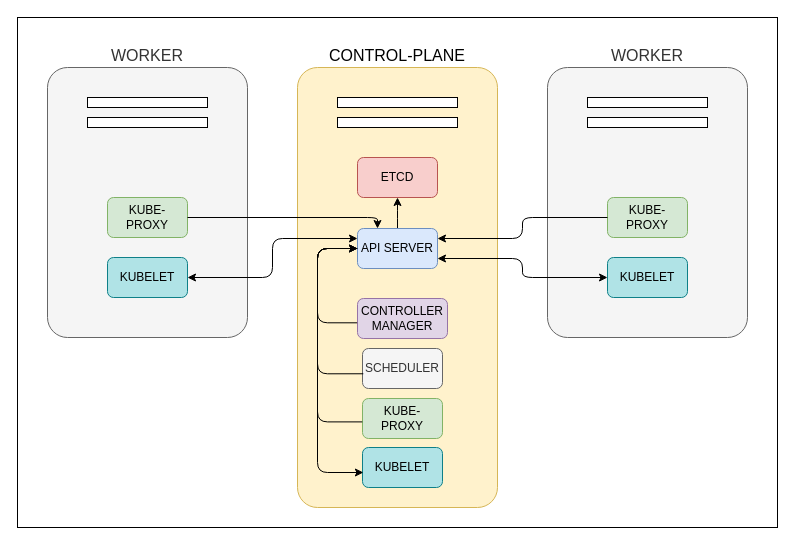
mmmarceleza/cks keeps this draw.io diagram as page "cluster components" (1 of 2) of contents/04/components.drawio. Above is the earlier version. Source tidied: cells renumbered, new cells numbered last; positions are measured from the earlier drawing's top-left corner, leaving out a move shared by most shapes. Both pictures are drawn from the tidied source at 100%, with x=0, y=0 at pixel (17, 17).
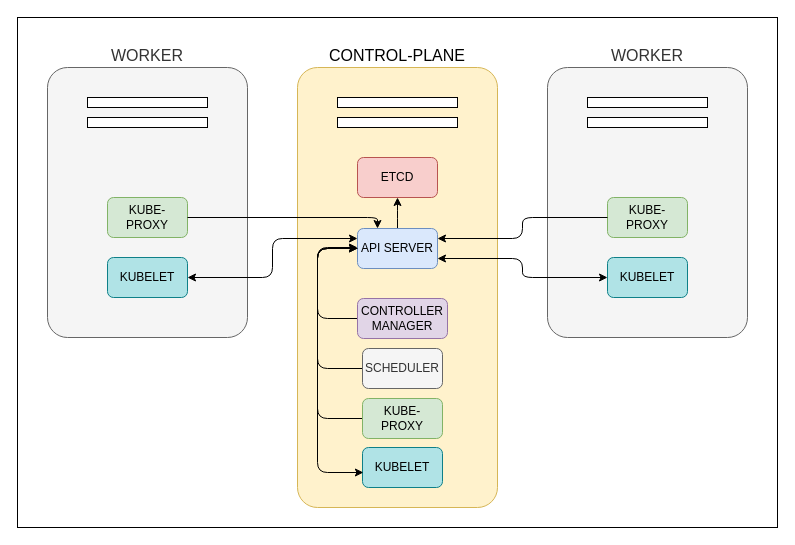
Above is the later version.

The change refers to these unchanged cells:
```xml
<mxCell id="5" value="&lt;font face=&quot;Virgil&quot;&gt;API SERVER&lt;/font&gt;" style="rounded=1;whiteSpace=wrap;html=1;fillColor=#dae8fc;strokeColor=#6c8ebf;" parent="1" vertex="1">
  <mxGeometry x="340" y="211" width="80" height="40" as="geometry" />
</mxCell>
<mxCell id="7" value="&lt;font face=&quot;Virgil&quot;&gt;SCHEDULER&lt;/font&gt;" style="rounded=1;whiteSpace=wrap;html=1;fillColor=#f5f5f5;fontColor=#333333;strokeColor=#666666;" parent="1" vertex="1">
  <mxGeometry x="345" y="331" width="80" height="40" as="geometry" />
</mxCell>
<mxCell id="8" value="&lt;font face=&quot;Virgil&quot;&gt;KUBE-PROXY&lt;/font&gt;" style="rounded=1;whiteSpace=wrap;html=1;fillColor=#d5e8d4;strokeColor=#82b366;" parent="1" vertex="1">
  <mxGeometry x="345" y="381" width="80" height="40" as="geometry" />
</mxCell>
<mxCell id="9" value="&lt;font face=&quot;Virgil&quot;&gt;CONTROLLER&lt;br&gt;MANAGER&lt;br&gt;&lt;/font&gt;" style="rounded=1;whiteSpace=wrap;html=1;fillColor=#e1d5e7;strokeColor=#9673a6;" parent="1" vertex="1">
  <mxGeometry x="340" y="281" width="90" height="40" as="geometry" />
</mxCell>
```

Change to the diagram source:
```diff
@@
+    <mxCell id="31" style="edgeStyle=orthogonalEdgeStyle;rounded=1;jettySize=auto;html=1;entryX=0;entryY=0.5;entryDx=0;entryDy=0;flowAnimation=1;" parent="1" edge="1" source="7" target="5">
+      <mxGeometry relative="1" as="geometry">
+        <Array as="points">
+          <mxPoint x="300" y="351" />
+          <mxPoint x="300" y="231" />
+        </Array>
+      </mxGeometry>
+    </mxCell>
@@
+    <mxCell id="32" style="edgeStyle=orthogonalEdgeStyle;rounded=1;jettySize=auto;html=1;entryX=0;entryY=0.5;entryDx=0;entryDy=0;flowAnimation=1;" parent="1" edge="1" source="8" target="5">
+      <mxGeometry relative="1" as="geometry">
+        <Array as="points">
+          <mxPoint x="300" y="401" />
+          <mxPoint x="300" y="231" />
+        </Array>
+      </mxGeometry>
+    </mxCell>
@@
+    <mxCell id="33" style="edgeStyle=orthogonalEdgeStyle;rounded=1;jettySize=auto;html=1;flowAnimation=1;" parent="1" edge="1" source="9">
+      <mxGeometry relative="1" as="geometry">
+        <mxPoint x="340" y="230" as="targetPoint" />
+        <Array as="points">
+          <mxPoint x="300" y="301" />
+          <mxPoint x="300" y="230" />
+        </Array>
+      </mxGeometry>
+    </mxCell>
@@
-    <mxCell id="11" style="edgeStyle=orthogonalEdgeStyle;rounded=1;jettySize=auto;html=1;entryX=-0.004;entryY=0.608;entryDx=0;entryDy=0;entryPerimeter=0;flowAnimation=1;startArrow=classic;startFill=1;endArrow=none;endFill=0;" parent="1" edge="1" source="5" target="9">
-      <mxGeometry relative="1" as="geometry">
-        <Array as="points">
-          <mxPoint x="300" y="231" />
-          <mxPoint x="300" y="305" />
-        </Array>
-      </mxGeometry>
-    </mxCell>
-    <mxCell id="12" style="edgeStyle=orthogonalEdgeStyle;rounded=1;jettySize=auto;html=1;entryX=0.01;entryY=0.632;entryDx=0;entryDy=0;entryPerimeter=0;flowAnimation=1;startArrow=classic;startFill=1;endArrow=none;endFill=0;" parent="1" edge="1" source="5" target="7">
-      <mxGeometry relative="1" as="geometry">
-        <Array as="points">
-          <mxPoint x="300" y="231" />
-          <mxPoint x="300" y="356" />
-        </Array>
-      </mxGeometry>
-    </mxCell>
-    <mxCell id="13" style="edgeStyle=orthogonalEdgeStyle;rounded=1;jettySize=auto;html=1;entryX=-0.002;entryY=0.585;entryDx=0;entryDy=0;entryPerimeter=0;flowAnimation=1;startArrow=classic;startFill=1;endArrow=none;endFill=0;" parent="1" edge="1" source="5" target="8">
-      <mxGeometry relative="1" as="geometry">
-        <Array as="points">
-          <mxPoint x="300" y="231" />
-          <mxPoint x="300" y="404" />
-        </Array>
-      </mxGeometry>
-    </mxCell>
```
